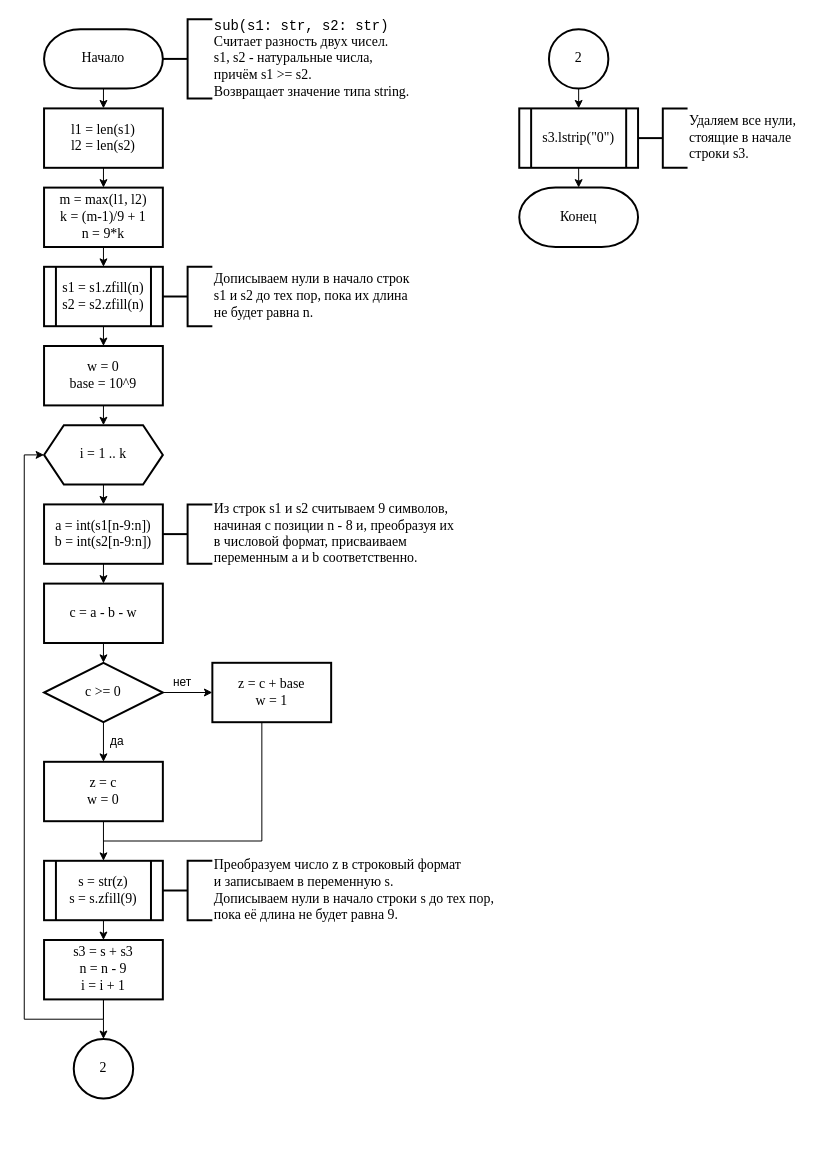
The draw.io diagram flowcharts/sub.drawio in ijustbsd/big-integer, before the edit. Source tidied: cells renumbered, new cells numbered last; positions are measured from the earlier drawing's top-left corner, leaving out a move shared by most shapes. Both pictures are drawn from the tidied source at 99%, with x=0, y=0 at pixel (44, 19).
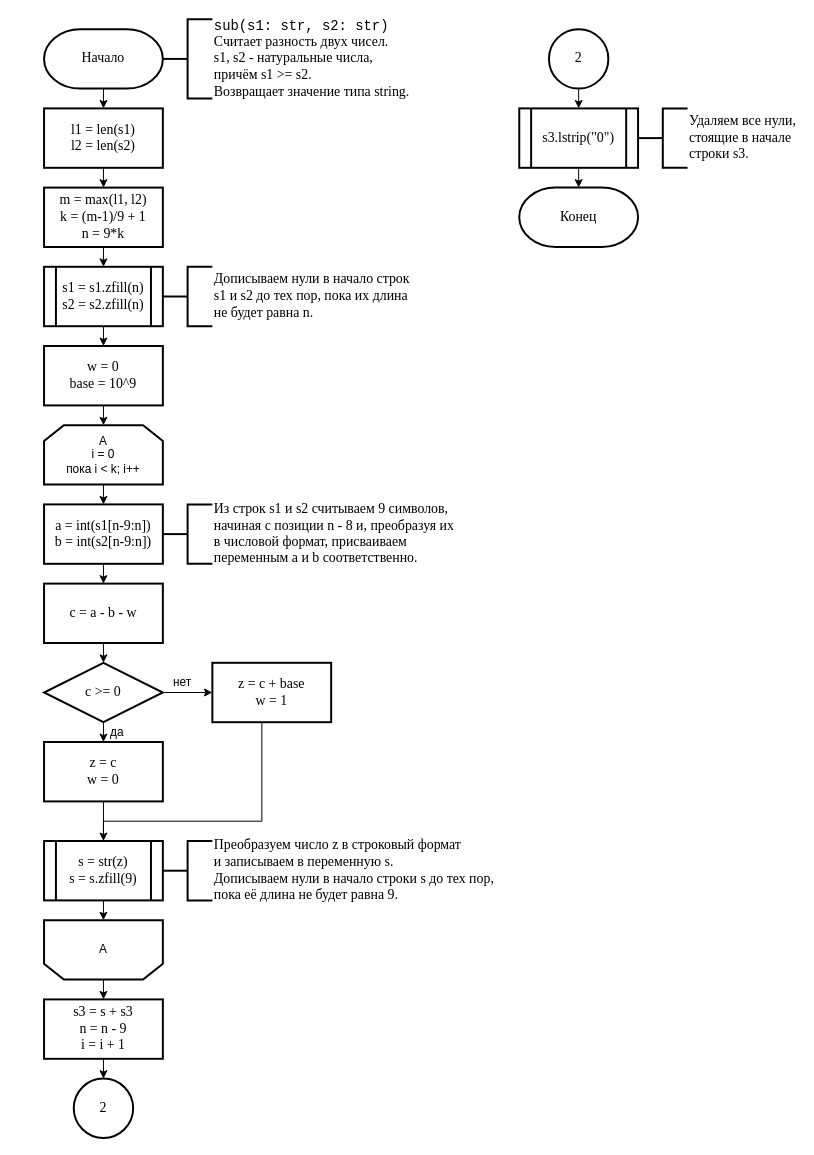
The same page after the edit.

Unchanged cells that the change refers to:
```xml
<mxCell id="12" value="&lt;div&gt;w = 0&lt;/div&gt;&lt;div&gt;base = 10^9&lt;br&gt;&lt;/div&gt;" style="rounded=0;whiteSpace=wrap;html=1;absoluteArcSize=1;arcSize=14;strokeWidth=2;fontFamily=Times New Roman;fontSize=14;" parent="1" vertex="1">
  <mxGeometry y="330" width="120" height="60" as="geometry" />
</mxCell>
<mxCell id="16" value="&lt;div&gt;a = int(s1[n-9:n])&lt;/div&gt;&lt;div&gt;b = int(s2[n-9:n])&lt;/div&gt;" style="rounded=0;whiteSpace=wrap;html=1;absoluteArcSize=1;arcSize=14;strokeWidth=2;fontFamily=Times New Roman;fontSize=14;" parent="1" vertex="1">
  <mxGeometry y="490" width="120" height="60" as="geometry" />
</mxCell>
<mxCell id="26" value="&lt;div&gt;z = c + base&lt;/div&gt;&lt;div&gt;w = 1&lt;br&gt;&lt;/div&gt;" style="rounded=0;whiteSpace=wrap;html=1;absoluteArcSize=1;arcSize=14;strokeWidth=2;fontFamily=Times New Roman;fontSize=14;" parent="1" vertex="1">
  <mxGeometry x="170" y="650" width="120" height="60" as="geometry" />
</mxCell>
```

What changed in the source:
```diff
@@
-    <mxCell id="11" style="edgeStyle=orthogonalEdgeStyle;rounded=0;jettySize=auto;html=1;exitX=0.5;exitY=1;exitDx=0;exitDy=0;entryX=0.5;entryY=0;entryDx=0;entryDy=0;fontFamily=Times New Roman;fontSize=14;" parent="1" edge="1" source="12" target="14">
-      <mxGeometry relative="1" as="geometry" />
+    <mxCell id="11" style="edgeStyle=orthogonalEdgeStyle;rounded=0;jettySize=auto;html=1;exitX=0.5;exitY=1;exitDx=0;exitDy=0;entryX=0.5;entryY=0;entryDx=0;entryDy=0;fontFamily=Times New Roman;fontSize=14;" parent="1" edge="1" source="12">
+      <mxGeometry relative="1" as="geometry">
+        <mxPoint x="60" y="410" as="targetPoint" />
+      </mxGeometry>
     </mxCell>
@@
-    <mxCell id="13" style="edgeStyle=orthogonalEdgeStyle;rounded=0;jettySize=auto;html=1;exitX=0.5;exitY=1;exitDx=0;exitDy=0;entryX=0.5;entryY=0;entryDx=0;entryDy=0;fontFamily=Times New Roman;fontSize=14;" parent="1" edge="1" source="14" target="16">
-      <mxGeometry relative="1" as="geometry" />
+    <mxCell id="13" style="edgeStyle=orthogonalEdgeStyle;rounded=0;jettySize=auto;html=1;exitX=0.5;exitY=1;exitDx=0;exitDy=0;entryX=0.5;entryY=0;entryDx=0;entryDy=0;fontFamily=Times New Roman;fontSize=14;" parent="1" edge="1" target="16">
+      <mxGeometry relative="1" as="geometry">
+        <mxPoint x="60" y="470" as="sourcePoint" />
+      </mxGeometry>
     </mxCell>
-    <mxCell id="14" value="i = 1 .. k" style="shape=hexagon;perimeter=hexagonPerimeter2;whiteSpace=wrap;html=1;fixedSize=1;fontFamily=Times New Roman;fontSize=14;strokeWidth=2;" parent="1" vertex="1">
-      <mxGeometry y="410" width="120" height="60" as="geometry" />
-    </mxCell>
@@
-    <mxCell id="23" style="edgeStyle=orthogonalEdgeStyle;rounded=0;jettySize=auto;html=1;exitX=0.5;exitY=1;exitDx=0;exitDy=0;entryX=0.5;entryY=0;entryDx=0;entryDy=0;fontFamily=Times New Roman;fontSize=14;" parent="1" edge="1" source="24">
-      <mxGeometry relative="1" as="geometry">
-        <mxPoint x="60" y="850" as="targetPoint" />
-      </mxGeometry>
-    </mxCell>
+    <mxCell id="43" style="edgeStyle=orthogonalEdgeStyle;rounded=0;jettySize=auto;html=1;exitX=0.5;exitY=1;exitDx=0;exitDy=0;entryX=0.5;entryY=0;entryDx=0;entryDy=0;" parent="1" edge="1" source="24" target="35">
+      <mxGeometry relative="1" as="geometry" />
+    </mxCell>
     <mxCell id="24" value="&lt;div&gt;z = c&lt;/div&gt;&lt;div&gt;w = 0&lt;br&gt;&lt;/div&gt;" style="rounded=0;whiteSpace=wrap;html=1;absoluteArcSize=1;arcSize=14;strokeWidth=2;fontFamily=Times New Roman;fontSize=14;" parent="1" vertex="1">
-      <mxGeometry y="750" width="120" height="60" as="geometry" />
+      <mxGeometry y="730" width="120" height="60" as="geometry" />
     </mxCell>
     <mxCell id="25" style="edgeStyle=orthogonalEdgeStyle;rounded=0;jettySize=auto;html=1;exitX=0.5;exitY=1;exitDx=0;exitDy=0;fontFamily=Times New Roman;fontSize=14;endArrow=none;endFill=0;" parent="1" edge="1" source="26">
       <mxGeometry relative="1" as="geometry">
         <mxPoint x="60" y="830" as="targetPoint" />
         <Array as="points">
-          <mxPoint x="220" y="830" />
+          <mxPoint x="220" y="710" />
+          <mxPoint x="220" y="810" />
+          <mxPoint x="60" y="810" />
         </Array>
       </mxGeometry>
     </mxCell>
@@
-    <mxCell id="27" style="edgeStyle=orthogonalEdgeStyle;rounded=0;jettySize=auto;html=1;exitX=0.5;exitY=1;exitDx=0;exitDy=0;entryX=0.5;entryY=0;entryDx=0;entryDy=0;endArrow=classic;endFill=1;fontFamily=Times New Roman;fontSize=14;" parent="1" edge="1" target="30">
-      <mxGeometry relative="1" as="geometry">
-        <mxPoint x="60" y="910" as="sourcePoint" />
-      </mxGeometry>
-    </mxCell>
-    <mxCell id="28" style="edgeStyle=orthogonalEdgeStyle;rounded=0;jettySize=auto;html=1;exitX=0.5;exitY=1;exitDx=0;exitDy=0;entryX=0;entryY=0.5;entryDx=0;entryDy=0;endArrow=classic;endFill=1;fontFamily=Times New Roman;fontSize=14;" parent="1" edge="1" source="30" target="14">
-      <mxGeometry relative="1" as="geometry" />
-    </mxCell>
-    <mxCell id="29" style="edgeStyle=orthogonalEdgeStyle;rounded=0;jettySize=auto;html=1;exitX=0.5;exitY=1;exitDx=0;exitDy=0;entryX=0.5;entryY=0;entryDx=0;entryDy=0;entryPerimeter=0;endArrow=classic;endFill=1;fontFamily=Times New Roman;fontSize=14;" parent="1" edge="1" source="30">
-      <mxGeometry relative="1" as="geometry">
-        <mxPoint x="60" y="1030" as="targetPoint" />
-      </mxGeometry>
-    </mxCell>
+    <mxCell id="44" style="edgeStyle=orthogonalEdgeStyle;rounded=0;jettySize=auto;html=1;exitX=0.5;exitY=1;exitDx=0;exitDy=0;entryX=0.5;entryY=0;entryDx=0;entryDy=0;" parent="1" edge="1" source="30" target="31">
+      <mxGeometry relative="1" as="geometry" />
+    </mxCell>
     <mxCell id="30" value="&lt;div&gt;s3 = s + s3&lt;/div&gt;&lt;div&gt;n = n - 9&lt;/div&gt;&lt;div&gt;i = i + 1&lt;br&gt;&lt;/div&gt;" style="rounded=0;whiteSpace=wrap;html=1;absoluteArcSize=1;arcSize=14;strokeWidth=2;fontFamily=Times New Roman;fontSize=14;" parent="1" vertex="1">
-      <mxGeometry y="930" width="120" height="60" as="geometry" />
+      <mxGeometry y="990" width="120" height="60" as="geometry" />
     </mxCell>
     <mxCell id="31" value="2" style="ellipse;whiteSpace=wrap;html=1;rounded=0;strokeWidth=2;fontFamily=Times New Roman;fontSize=14;" parent="1" vertex="1">
-      <mxGeometry x="30" y="1030" width="60" height="60" as="geometry" />
+      <mxGeometry x="30" y="1070" width="60" height="60" as="geometry" />
     </mxCell>
@@
+    <mxCell id="45" style="edgeStyle=orthogonalEdgeStyle;rounded=0;jettySize=auto;html=1;exitX=0.5;exitY=1;exitDx=0;exitDy=0;entryX=0.5;entryY=1;entryDx=0;entryDy=0;" parent="1" edge="1" source="35" target="48">
+      <mxGeometry relative="1" as="geometry" />
+    </mxCell>
     <mxCell id="35" value="&lt;div&gt;s = str(z)&lt;/div&gt;&lt;div&gt;s = s.zfill(9)&lt;br&gt;&lt;/div&gt;" style="shape=process;whiteSpace=wrap;html=1;backgroundOutline=1;rounded=0;strokeWidth=2;fontFamily=Times New Roman;fontSize=14;" parent="1" vertex="1">
-      <mxGeometry y="850" width="120" height="60" as="geometry" />
+      <mxGeometry y="830" width="120" height="60" as="geometry" />
     </mxCell>
@@
     <mxCell id="40" value="да" style="text;html=1;strokeColor=none;fillColor=none;align=center;verticalAlign=middle;whiteSpace=wrap;rounded=0;" parent="1" vertex="1">
-      <mxGeometry x="64" y="720" width="20" height="20" as="geometry" />
+      <mxGeometry x="64" y="710" width="20" height="20" as="geometry" />
     </mxCell>
@@
     <mxCell id="42" value="&lt;div&gt;Преобразуем число z в строковый формат&lt;/div&gt;&lt;div&gt;и записываем в переменную s.&lt;br&gt;&lt;/div&gt;&lt;div&gt;Дописываем нули в начало строки s до тех пор,&lt;/div&gt;&lt;div&gt;пока её длина не будет равна 9.&lt;br&gt;&lt;/div&gt;" style="strokeWidth=2;html=1;shape=mxgraph.flowchart.annotation_2;align=left;labelPosition=right;fontFamily=Times New Roman;fontSize=14;" parent="1" vertex="1">
-      <mxGeometry x="120" y="850" width="50" height="60" as="geometry" />
+      <mxGeometry x="120" y="830" width="50" height="60" as="geometry" />
     </mxCell>
+    <mxCell id="46" value="&lt;div&gt;А&lt;/div&gt;&lt;div&gt;i = 0&lt;/div&gt;&lt;div&gt;пока i &amp;lt; k; i++&lt;br&gt;&lt;/div&gt;" style="shape=loopLimit;whiteSpace=wrap;html=1;strokeWidth=2;" parent="1" vertex="1">
+      <mxGeometry y="410" width="120" height="60" as="geometry" />
+    </mxCell>
+    <mxCell id="47" style="edgeStyle=orthogonalEdgeStyle;rounded=0;jettySize=auto;html=1;exitX=0.5;exitY=0;exitDx=0;exitDy=0;entryX=0.5;entryY=0;entryDx=0;entryDy=0;" parent="1" edge="1" source="48" target="30">
+      <mxGeometry relative="1" as="geometry" />
+    </mxCell>
+    <mxCell id="48" value="А" style="shape=loopLimit;whiteSpace=wrap;html=1;strokeWidth=2;direction=west;" parent="1" vertex="1">
+      <mxGeometry y="910" width="120" height="60" as="geometry" />
+    </mxCell>
```
